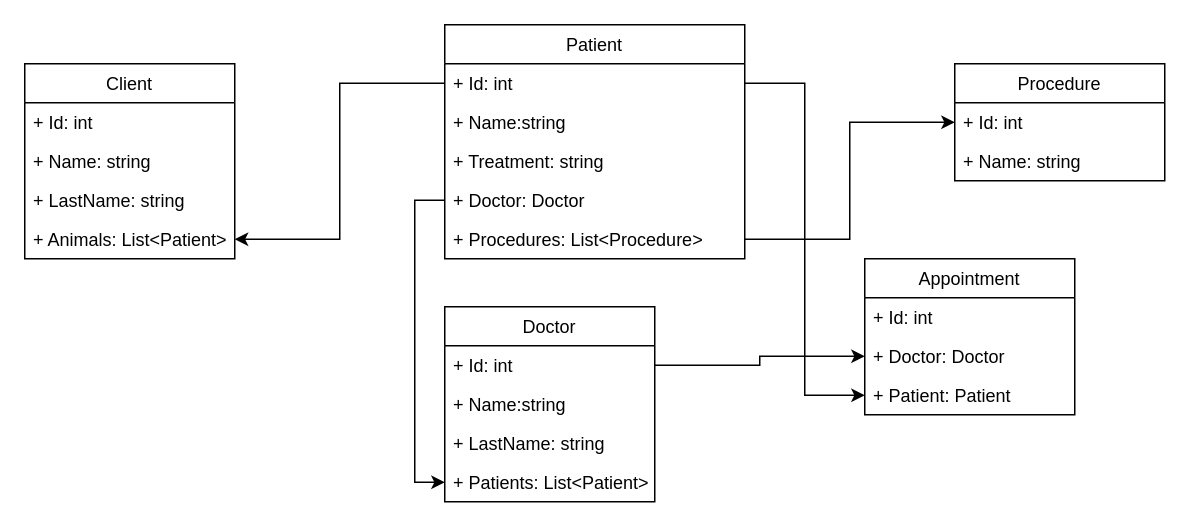
TRybina132/vetClinic keeps this draw.io diagram as Untitled Diagram.drawio. Above is the earlier version. Source tidied: cells renumbered, new cells numbered last; positions are measured from the earlier drawing's top-left corner, leaving out a move shared by most shapes. Both pictures are drawn from the tidied source at 150%, with x=0, y=0 at pixel (24, 24).
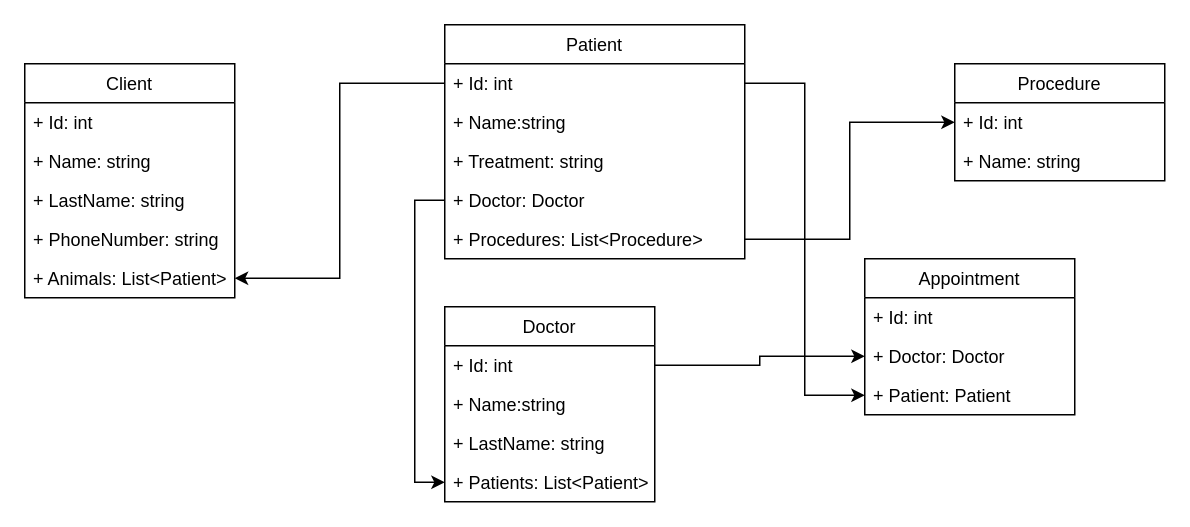
Above is the later version.

Diff of the diagram source:
```diff
@@
     <mxCell id="12" value="Client" style="swimlane;fontStyle=0;horizontal=1;startSize=26;fillColor=none;" parent="1" vertex="1">
-      <mxGeometry y="26" width="140" height="130" as="geometry" />
+      <mxGeometry y="26" width="140" height="156" as="geometry" />
     </mxCell>
@@
+    <mxCell id="30" value="+ PhoneNumber: string" style="text;strokeColor=none;fillColor=none;align=left;verticalAlign=top;spacingLeft=4;spacingRight=4;overflow=hidden;" parent="12" vertex="1">
+      <mxGeometry y="104" width="140" height="26" as="geometry" />
+    </mxCell>
     <mxCell id="16" value="+ Animals: List&lt;Patient&gt;" style="text;strokeColor=none;fillColor=none;align=left;verticalAlign=top;spacingLeft=4;spacingRight=4;overflow=hidden;points=[[0,0.5],[1,0.5]];portConstraint=eastwest;" parent="12" vertex="1">
-      <mxGeometry y="104" width="140" height="26" as="geometry" />
+      <mxGeometry y="130" width="140" height="26" as="geometry" />
     </mxCell>
```
